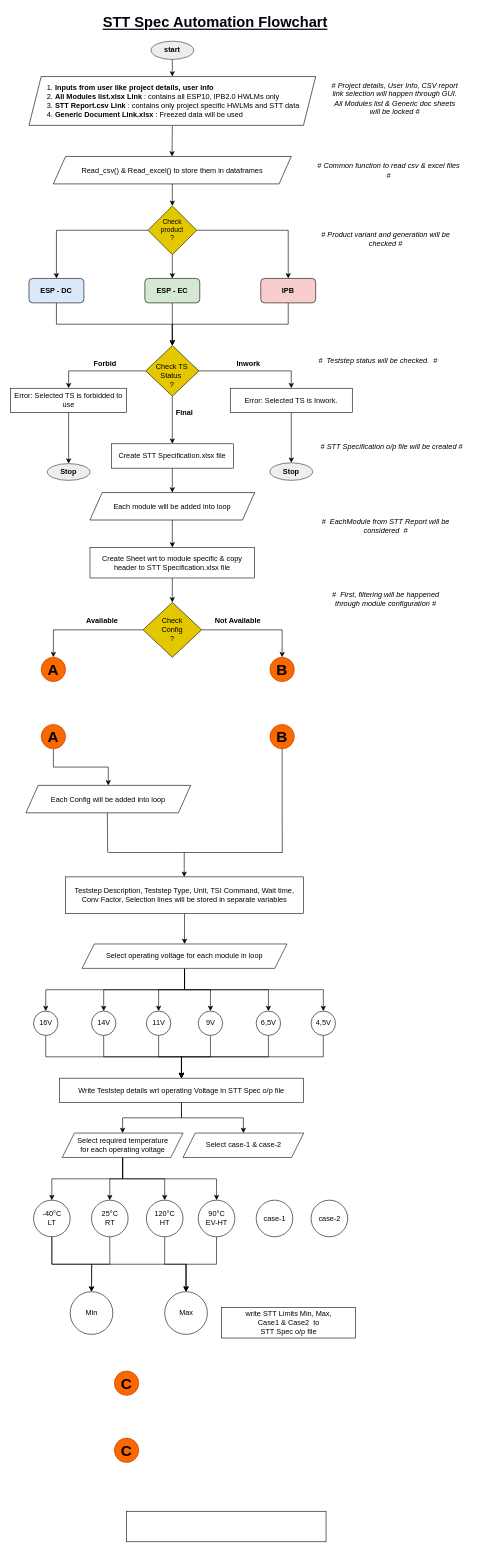
The draw.io diagram page "Page-1" (1 of 2) of Untitled Diagram.drawio in Manideep22/STT, before the edit. Source tidied: cells renumbered, new cells numbered last; positions are measured from the earlier drawing's top-left corner, leaving out a move shared by most shapes. Both pictures are drawn from the tidied source at 61%, with x=0, y=0 at pixel (10, 10).
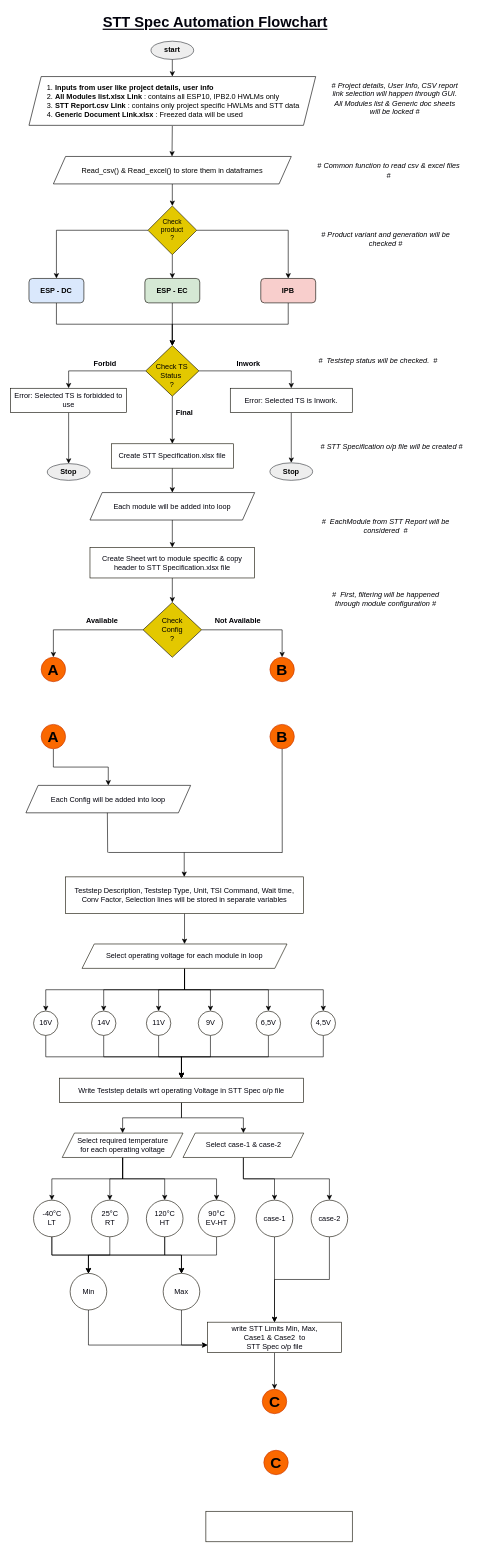
The same page after the edit.

Unchanged cells that the change refers to:
```xml
<mxCell id="81" value="&lt;div&gt;-40°C&lt;/div&gt;&lt;div&gt;LT&lt;br&gt;&lt;/div&gt;" style="ellipse;whiteSpace=wrap;html=1;labelBackgroundColor=none;fontSize=12;fontColor=#03030D;strokeColor=#0F0D00;" parent="1" vertex="1">
  <mxGeometry x="37.5" y="1950" width="60" height="60" as="geometry" />
</mxCell>
<mxCell id="83" value="&lt;div&gt;25°C&lt;/div&gt;RT" style="ellipse;whiteSpace=wrap;html=1;labelBackgroundColor=none;fontSize=12;fontColor=#03030D;strokeColor=#0F0D00;" parent="1" vertex="1">
  <mxGeometry x="132.5" y="1950" width="60" height="60" as="geometry" />
</mxCell>
<mxCell id="87" value="&lt;div&gt;120°C&lt;/div&gt;HT" style="ellipse;whiteSpace=wrap;html=1;labelBackgroundColor=none;fontSize=12;fontColor=#03030D;strokeColor=#0F0D00;" parent="1" vertex="1">
  <mxGeometry x="222.5" y="1950" width="60" height="60" as="geometry" />
</mxCell>
<mxCell id="90" value="case-1" style="ellipse;whiteSpace=wrap;html=1;labelBackgroundColor=none;fontSize=12;fontColor=#03030D;strokeColor=#0F0D00;" parent="1" vertex="1">
  <mxGeometry x="402.5" y="1950" width="60" height="60" as="geometry" />
</mxCell>
<mxCell id="91" value="case-2" style="ellipse;whiteSpace=wrap;html=1;labelBackgroundColor=none;fontSize=12;fontColor=#03030D;strokeColor=#0F0D00;" parent="1" vertex="1">
  <mxGeometry x="492.5" y="1950" width="60" height="60" as="geometry" />
</mxCell>
<mxCell id="106" value="Select case-1 &amp;amp; case-2" style="shape=parallelogram;perimeter=parallelogramPerimeter;whiteSpace=wrap;html=1;fixedSize=1;labelBackgroundColor=none;fontSize=12;fontColor=#03030D;strokeColor=#120F00;" parent="1" vertex="1">
  <mxGeometry x="282.5" y="1840" width="198" height="40" as="geometry" />
</mxCell>
```

Change to the diagram source:
```diff
@@
-    <mxCell id="80" style="edgeStyle=orthogonalEdgeStyle;rounded=0;jettySize=auto;html=1;exitX=0.5;exitY=1;exitDx=0;exitDy=0;entryX=0.5;entryY=0;entryDx=0;entryDy=0;fontSize=12;fontColor=#03030D;" parent="1" edge="1" source="81" target="89">
+    <mxCell id="80" style="edgeStyle=orthogonalEdgeStyle;rounded=0;jettySize=auto;html=1;exitX=0.5;exitY=1;exitDx=0;exitDy=0;fontSize=12;fontColor=#03030D;" parent="1" edge="1" source="81" target="89">
       <mxGeometry relative="1" as="geometry" />
     </mxCell>
@@
-    <mxCell id="82" style="edgeStyle=orthogonalEdgeStyle;rounded=0;jettySize=auto;html=1;exitX=0.5;exitY=1;exitDx=0;exitDy=0;fontSize=12;fontColor=#03030D;" parent="1" edge="1" source="83">
-      <mxGeometry relative="1" as="geometry">
-        <mxPoint x="132.5" y="2100" as="targetPoint" />
-      </mxGeometry>
-    </mxCell>
+    <mxCell id="107" style="edgeStyle=orthogonalEdgeStyle;rounded=0;jettySize=auto;html=1;exitX=0.5;exitY=1;exitDx=0;exitDy=0;entryX=0.5;entryY=0;entryDx=0;entryDy=0;fontSize=12;fontColor=#03030D;" parent="1" edge="1" source="83" target="88">
+      <mxGeometry relative="1" as="geometry" />
+    </mxCell>
@@
-    <mxCell id="86" style="edgeStyle=orthogonalEdgeStyle;rounded=0;jettySize=auto;html=1;exitX=0.5;exitY=1;exitDx=0;exitDy=0;fontSize=12;fontColor=#03030D;" parent="1" edge="1" source="87" target="89">
+    <mxCell id="86" style="edgeStyle=orthogonalEdgeStyle;rounded=0;jettySize=auto;html=1;exitX=0.5;exitY=1;exitDx=0;exitDy=0;entryX=0.5;entryY=0;entryDx=0;entryDy=0;fontSize=12;fontColor=#03030D;" parent="1" edge="1" source="87" target="89">
       <mxGeometry relative="1" as="geometry" />
     </mxCell>
+    <mxCell id="108" style="edgeStyle=orthogonalEdgeStyle;rounded=0;jettySize=auto;html=1;exitX=0.5;exitY=1;exitDx=0;exitDy=0;entryX=0.5;entryY=0;entryDx=0;entryDy=0;fontSize=12;fontColor=#03030D;" parent="1" edge="1" source="87" target="88">
+      <mxGeometry relative="1" as="geometry" />
+    </mxCell>
@@
+    <mxCell id="109" style="edgeStyle=orthogonalEdgeStyle;rounded=0;jettySize=auto;html=1;exitX=0.5;exitY=1;exitDx=0;exitDy=0;entryX=0;entryY=0.75;entryDx=0;entryDy=0;fontSize=12;fontColor=#03030D;" parent="1" edge="1" source="88" target="100">
+      <mxGeometry relative="1" as="geometry" />
+    </mxCell>
     <mxCell id="88" value="Min" style="ellipse;whiteSpace=wrap;html=1;labelBackgroundColor=none;fontSize=12;fontColor=#03030D;strokeColor=#0F0D00;" parent="1" vertex="1">
-      <mxGeometry x="97.5" y="2100" width="70" height="70" as="geometry" />
+      <mxGeometry x="97.5" y="2070" width="60" height="60" as="geometry" />
     </mxCell>
+    <mxCell id="110" style="edgeStyle=orthogonalEdgeStyle;rounded=0;jettySize=auto;html=1;exitX=0.5;exitY=1;exitDx=0;exitDy=0;entryX=0;entryY=0.75;entryDx=0;entryDy=0;fontSize=12;fontColor=#03030D;" parent="1" edge="1" source="89" target="100">
+      <mxGeometry relative="1" as="geometry" />
+    </mxCell>
     <mxCell id="89" value="Max" style="ellipse;whiteSpace=wrap;html=1;labelBackgroundColor=none;fontSize=12;fontColor=#03030D;strokeColor=#0F0D00;" parent="1" vertex="1">
-      <mxGeometry x="252.5" y="2100" width="70" height="70" as="geometry" />
+      <mxGeometry x="250" y="2070" width="60" height="60" as="geometry" />
     </mxCell>
+    <mxCell id="111" style="edgeStyle=orthogonalEdgeStyle;rounded=0;jettySize=auto;html=1;exitX=0.5;exitY=1;exitDx=0;exitDy=0;entryX=0.5;entryY=0;entryDx=0;entryDy=0;fontSize=12;fontColor=#03030D;" parent="1" edge="1" source="90" target="100">
+      <mxGeometry relative="1" as="geometry" />
+    </mxCell>
@@
+    <mxCell id="112" style="edgeStyle=orthogonalEdgeStyle;rounded=0;jettySize=auto;html=1;exitX=0.5;exitY=1;exitDx=0;exitDy=0;entryX=0.5;entryY=0;entryDx=0;entryDy=0;fontSize=12;fontColor=#03030D;" parent="1" edge="1" source="91" target="100">
+      <mxGeometry relative="1" as="geometry" />
+    </mxCell>
@@
     <mxCell id="92" style="rounded=0;whiteSpace=wrap;html=1;labelBackgroundColor=none;fontSize=12;fontColor=#03030D;strokeColor=#0F0D00;" parent="1" vertex="1">
-      <mxGeometry x="190" y="2460" width="327" height="50" as="geometry" />
+      <mxGeometry x="320" y="2460" width="240" height="50" as="geometry" />
     </mxCell>
     <mxCell id="93" value="C" style="ellipse;whiteSpace=wrap;html=1;labelBackgroundColor=none;fontColor=#000000;strokeColor=#C73500;fillColor=#fa6800;fontStyle=1;fontSize=25;" parent="1" vertex="1">
-      <mxGeometry x="170" y="2230" width="40" height="40" as="geometry" />
+      <mxGeometry x="412.5" y="2260" width="40" height="40" as="geometry" />
     </mxCell>
     <mxCell id="94" value="C" style="ellipse;whiteSpace=wrap;html=1;labelBackgroundColor=none;fontColor=#000000;strokeColor=#C73500;fillColor=#fa6800;fontStyle=1;fontSize=25;" parent="1" vertex="1">
-      <mxGeometry x="170" y="2340" width="40" height="40" as="geometry" />
+      <mxGeometry x="415" y="2360" width="40" height="40" as="geometry" />
     </mxCell>
@@
+    <mxCell id="113" style="edgeStyle=orthogonalEdgeStyle;rounded=0;jettySize=auto;html=1;exitX=0.5;exitY=1;exitDx=0;exitDy=0;entryX=0.5;entryY=0;entryDx=0;entryDy=0;fontSize=12;fontColor=#03030D;" parent="1" edge="1" source="100" target="93">
+      <mxGeometry relative="1" as="geometry" />
+    </mxCell>
     <mxCell id="100" value="&lt;div&gt;write STT Limits Min, Max,&lt;/div&gt;&lt;div&gt;Case1 &amp;amp; Case2&amp;nbsp; to &lt;br&gt;&lt;/div&gt;&lt;div&gt;STT Spec o/p file&lt;/div&gt;" style="rounded=0;whiteSpace=wrap;html=1;labelBackgroundColor=none;fontSize=12;fontColor=#03030D;strokeColor=#0F0D00;" parent="1" vertex="1">
-      <mxGeometry x="345.5" y="2126" width="220" height="50" as="geometry" />
+      <mxGeometry x="322.5" y="2150" width="220" height="50" as="geometry" />
     </mxCell>
@@
+    <mxCell id="114" style="edgeStyle=orthogonalEdgeStyle;rounded=0;jettySize=auto;html=1;exitX=0.5;exitY=1;exitDx=0;exitDy=0;entryX=0.5;entryY=0;entryDx=0;entryDy=0;fontSize=12;fontColor=#03030D;" parent="1" edge="1" source="106" target="91">
+      <mxGeometry relative="1" as="geometry" />
+    </mxCell>
+    <mxCell id="115" style="edgeStyle=orthogonalEdgeStyle;rounded=0;jettySize=auto;html=1;exitX=0.5;exitY=1;exitDx=0;exitDy=0;entryX=0.5;entryY=0;entryDx=0;entryDy=0;fontSize=12;fontColor=#03030D;" parent="1" edge="1" source="106" target="90">
+      <mxGeometry relative="1" as="geometry" />
+    </mxCell>
```
